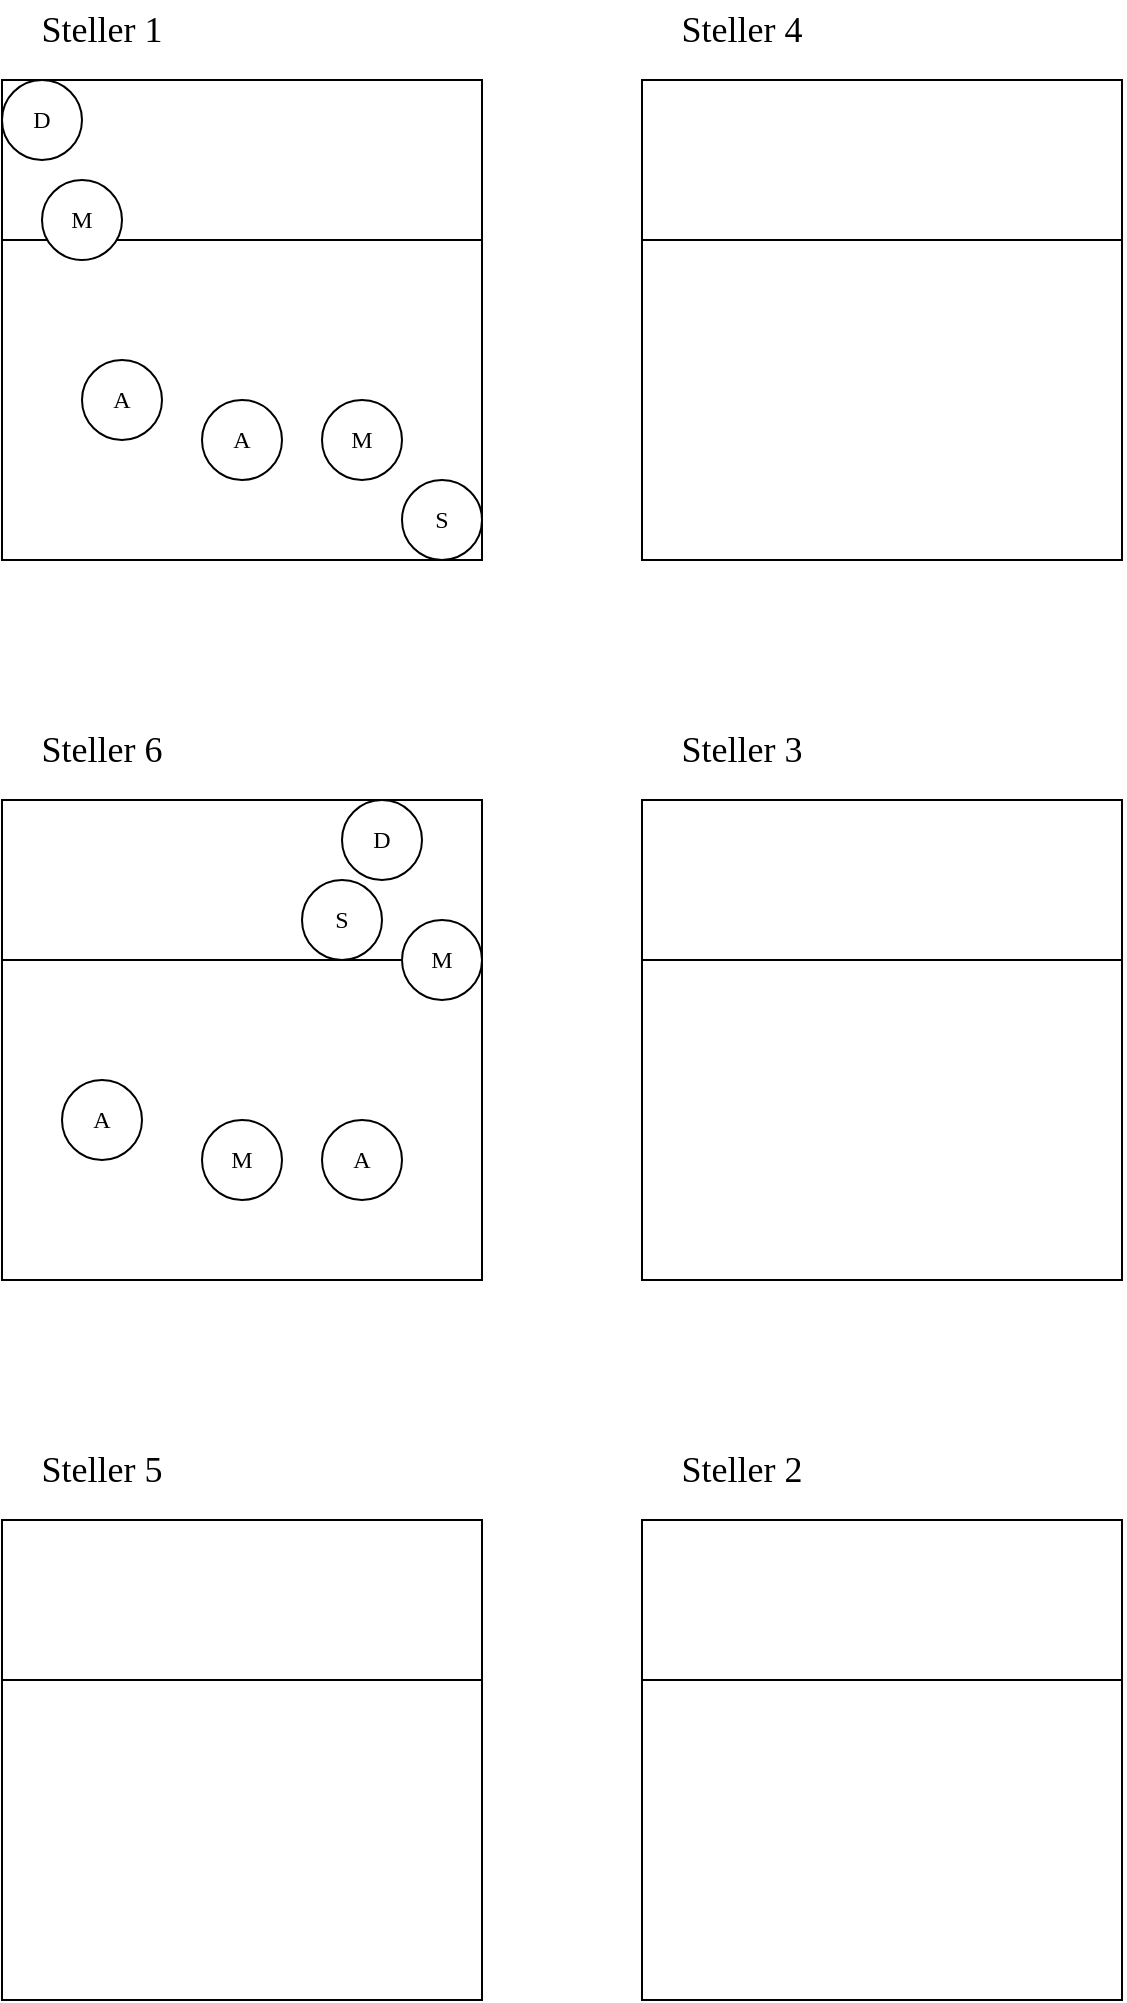
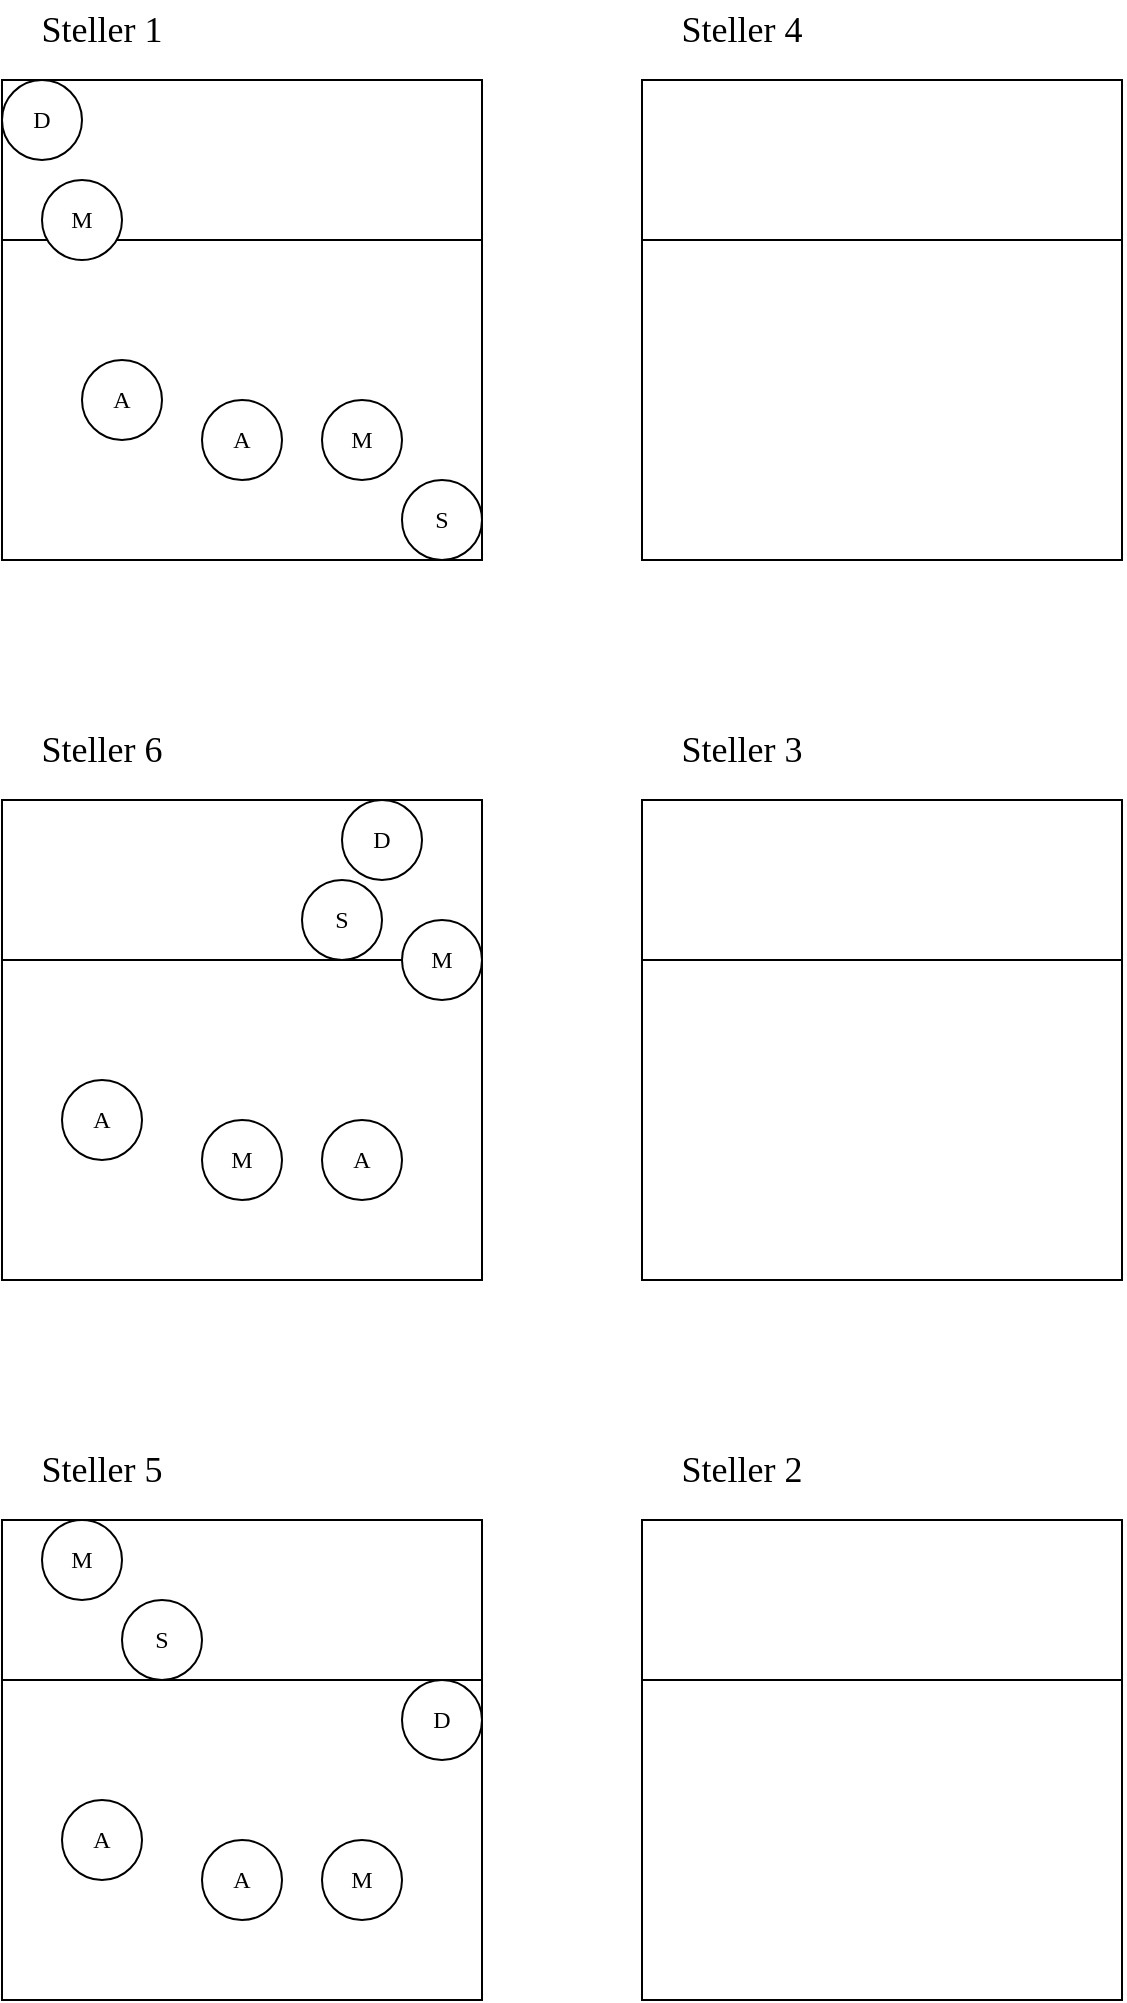
<mxfile host="app.diagrams.net">
  <diagram name="Page-1" id="OZOCQDVCYjE2PKczYgdL">
-     <mxGraphModel dx="1571" dy="854" grid="1" gridSize="10" guides="1" tooltips="1" connect="1" arrows="1" fold="1" page="1" pageScale="1" pageWidth="827" pageHeight="1169" math="0" shadow="0">
+     <mxGraphModel dx="1885" dy="1025" grid="1" gridSize="10" guides="1" tooltips="1" connect="1" arrows="1" fold="1" page="1" pageScale="1" pageWidth="827" pageHeight="1169" math="0" shadow="0">
      <root>
        <mxCell id="0" />
        <mxCell id="1" parent="0" />
        <mxCell id="zb2oqQAUZKD-O9AmmNM2-22" connectable="0" parent="1" style="group" value="" vertex="1">
          <mxGeometry height="280" width="240" x="120" y="80" as="geometry" />
        </mxCell>
        <mxCell id="zb2oqQAUZKD-O9AmmNM2-3" connectable="0" parent="zb2oqQAUZKD-O9AmmNM2-22" style="group" value="" vertex="1">
          <mxGeometry height="240" width="240" y="40" as="geometry" />
        </mxCell>
        <mxCell id="zb2oqQAUZKD-O9AmmNM2-1" parent="zb2oqQAUZKD-O9AmmNM2-3" style="rounded=0;whiteSpace=wrap;html=1;" value="" vertex="1">
          <mxGeometry height="240" width="240" as="geometry" />
        </mxCell>
        <mxCell id="zb2oqQAUZKD-O9AmmNM2-2" edge="1" parent="zb2oqQAUZKD-O9AmmNM2-3" style="endArrow=none;html=1;rounded=0;" value="">
          <mxGeometry height="50" relative="1" width="50" as="geometry">
            <mxPoint y="80" as="sourcePoint" />
            <mxPoint x="240" y="80" as="targetPoint" />
          </mxGeometry>
        </mxCell>
        <mxCell id="zb2oqQAUZKD-O9AmmNM2-33" parent="zb2oqQAUZKD-O9AmmNM2-3" style="ellipse;whiteSpace=wrap;html=1;aspect=fixed;" value="&lt;font face=&quot;Fira Code&quot;&gt;S&lt;/font&gt;" vertex="1">
          <mxGeometry height="40" width="40" x="200" y="200" as="geometry" />
        </mxCell>
        <mxCell id="zb2oqQAUZKD-O9AmmNM2-34" parent="zb2oqQAUZKD-O9AmmNM2-3" style="ellipse;whiteSpace=wrap;html=1;aspect=fixed;" value="&lt;font face=&quot;Fira Code&quot;&gt;D&lt;/font&gt;" vertex="1">
          <mxGeometry height="40" width="40" as="geometry" />
        </mxCell>
        <mxCell id="zb2oqQAUZKD-O9AmmNM2-38" parent="zb2oqQAUZKD-O9AmmNM2-3" style="ellipse;whiteSpace=wrap;html=1;aspect=fixed;" value="&lt;font face=&quot;Fira Code&quot;&gt;M&lt;/font&gt;" vertex="1">
          <mxGeometry height="40" width="40" x="20" y="50" as="geometry" />
        </mxCell>
        <mxCell id="zb2oqQAUZKD-O9AmmNM2-35" parent="zb2oqQAUZKD-O9AmmNM2-3" style="ellipse;whiteSpace=wrap;html=1;aspect=fixed;" value="&lt;font face=&quot;Fira Code&quot;&gt;A&lt;/font&gt;" vertex="1">
          <mxGeometry height="40" width="40" x="40" y="140" as="geometry" />
        </mxCell>
        <mxCell id="zb2oqQAUZKD-O9AmmNM2-40" parent="zb2oqQAUZKD-O9AmmNM2-3" style="ellipse;whiteSpace=wrap;html=1;aspect=fixed;" value="&lt;font face=&quot;Fira Code&quot;&gt;A&lt;/font&gt;" vertex="1">
          <mxGeometry height="40" width="40" x="100" y="160" as="geometry" />
        </mxCell>
        <mxCell id="zb2oqQAUZKD-O9AmmNM2-41" parent="zb2oqQAUZKD-O9AmmNM2-3" style="ellipse;whiteSpace=wrap;html=1;aspect=fixed;" value="&lt;font face=&quot;Fira Code&quot;&gt;M&lt;/font&gt;" vertex="1">
          <mxGeometry height="40" width="40" x="160" y="160" as="geometry" />
        </mxCell>
        <mxCell id="zb2oqQAUZKD-O9AmmNM2-21" parent="zb2oqQAUZKD-O9AmmNM2-22" style="text;html=1;whiteSpace=wrap;strokeColor=none;fillColor=none;align=center;verticalAlign=middle;rounded=0;" value="&lt;font face=&quot;Fira Code&quot; style=&quot;font-size: 18px;&quot;&gt;Steller 1&lt;/font&gt;" vertex="1">
          <mxGeometry height="30" width="100" as="geometry" />
        </mxCell>
        <mxCell id="zb2oqQAUZKD-O9AmmNM2-24" connectable="0" parent="1" style="group" value="" vertex="1">
          <mxGeometry height="280" width="240" x="120" y="440" as="geometry" />
        </mxCell>
        <mxCell id="zb2oqQAUZKD-O9AmmNM2-4" connectable="0" parent="zb2oqQAUZKD-O9AmmNM2-24" style="group" value="" vertex="1">
          <mxGeometry height="240" width="240" y="40" as="geometry" />
        </mxCell>
        <mxCell id="zb2oqQAUZKD-O9AmmNM2-5" parent="zb2oqQAUZKD-O9AmmNM2-4" style="rounded=0;whiteSpace=wrap;html=1;" value="" vertex="1">
          <mxGeometry height="240" width="240" as="geometry" />
        </mxCell>
        <mxCell id="zb2oqQAUZKD-O9AmmNM2-6" edge="1" parent="zb2oqQAUZKD-O9AmmNM2-4" style="endArrow=none;html=1;rounded=0;" value="">
          <mxGeometry height="50" relative="1" width="50" as="geometry">
            <mxPoint y="80" as="sourcePoint" />
            <mxPoint x="240" y="80" as="targetPoint" />
          </mxGeometry>
        </mxCell>
        <mxCell id="zb2oqQAUZKD-O9AmmNM2-42" parent="zb2oqQAUZKD-O9AmmNM2-4" style="ellipse;whiteSpace=wrap;html=1;aspect=fixed;" value="&lt;font face=&quot;Fira Code&quot;&gt;S&lt;/font&gt;" vertex="1">
          <mxGeometry height="40" width="40" x="150" y="40" as="geometry" />
        </mxCell>
        <mxCell id="zb2oqQAUZKD-O9AmmNM2-43" parent="zb2oqQAUZKD-O9AmmNM2-4" style="ellipse;whiteSpace=wrap;html=1;aspect=fixed;" value="&lt;font face=&quot;Fira Code&quot;&gt;A&lt;/font&gt;" vertex="1">
          <mxGeometry height="40" width="40" x="160" y="160" as="geometry" />
        </mxCell>
        <mxCell id="zb2oqQAUZKD-O9AmmNM2-44" parent="zb2oqQAUZKD-O9AmmNM2-4" style="ellipse;whiteSpace=wrap;html=1;aspect=fixed;" value="&lt;font face=&quot;Fira Code&quot;&gt;M&lt;/font&gt;" vertex="1">
          <mxGeometry height="40" width="40" x="100" y="160" as="geometry" />
        </mxCell>
        <mxCell id="zb2oqQAUZKD-O9AmmNM2-45" parent="zb2oqQAUZKD-O9AmmNM2-4" style="ellipse;whiteSpace=wrap;html=1;aspect=fixed;" value="&lt;font face=&quot;Fira Code&quot;&gt;A&lt;/font&gt;" vertex="1">
          <mxGeometry height="40" width="40" x="30" y="140" as="geometry" />
        </mxCell>
        <mxCell id="zb2oqQAUZKD-O9AmmNM2-46" parent="zb2oqQAUZKD-O9AmmNM2-4" style="ellipse;whiteSpace=wrap;html=1;aspect=fixed;" value="&lt;font face=&quot;Fira Code&quot;&gt;M&lt;/font&gt;" vertex="1">
          <mxGeometry height="40" width="40" x="200" y="60" as="geometry" />
        </mxCell>
        <mxCell id="zb2oqQAUZKD-O9AmmNM2-47" parent="zb2oqQAUZKD-O9AmmNM2-4" style="ellipse;whiteSpace=wrap;html=1;aspect=fixed;" value="&lt;font face=&quot;Fira Code&quot;&gt;D&lt;/font&gt;" vertex="1">
          <mxGeometry height="40" width="40" x="170" as="geometry" />
        </mxCell>
        <mxCell id="zb2oqQAUZKD-O9AmmNM2-23" parent="zb2oqQAUZKD-O9AmmNM2-24" style="text;html=1;whiteSpace=wrap;strokeColor=none;fillColor=none;align=center;verticalAlign=middle;rounded=0;" value="&lt;font face=&quot;Fira Code&quot; style=&quot;font-size: 18px;&quot;&gt;Steller 6&lt;/font&gt;" vertex="1">
          <mxGeometry height="30" width="100" as="geometry" />
        </mxCell>
        <mxCell id="zb2oqQAUZKD-O9AmmNM2-26" connectable="0" parent="1" style="group" value="" vertex="1">
          <mxGeometry height="280" width="240" x="120" y="800" as="geometry" />
        </mxCell>
        <mxCell id="zb2oqQAUZKD-O9AmmNM2-7" connectable="0" parent="zb2oqQAUZKD-O9AmmNM2-26" style="group" value="" vertex="1">
          <mxGeometry height="240" width="240" y="40" as="geometry" />
        </mxCell>
        <mxCell id="zb2oqQAUZKD-O9AmmNM2-8" parent="zb2oqQAUZKD-O9AmmNM2-7" style="rounded=0;whiteSpace=wrap;html=1;" value="" vertex="1">
          <mxGeometry height="240" width="240" as="geometry" />
        </mxCell>
        <mxCell id="zb2oqQAUZKD-O9AmmNM2-9" edge="1" parent="zb2oqQAUZKD-O9AmmNM2-7" style="endArrow=none;html=1;rounded=0;" value="">
          <mxGeometry height="50" relative="1" width="50" as="geometry">
            <mxPoint y="80" as="sourcePoint" />
            <mxPoint x="240" y="80" as="targetPoint" />
          </mxGeometry>
        </mxCell>
+         <mxCell id="AQSm3BmQBUWCDuCb71Ed-1" parent="zb2oqQAUZKD-O9AmmNM2-7" style="ellipse;whiteSpace=wrap;html=1;aspect=fixed;direction=south;" value="&lt;font face=&quot;Fira Code&quot;&gt;S&lt;/font&gt;" vertex="1">
+           <mxGeometry height="40" width="40" x="60" y="40" as="geometry" />
+         </mxCell>
+         <mxCell id="AQSm3BmQBUWCDuCb71Ed-2" parent="zb2oqQAUZKD-O9AmmNM2-7" style="ellipse;whiteSpace=wrap;html=1;aspect=fixed;" value="&lt;font face=&quot;Fira Code&quot;&gt;M&lt;/font&gt;" vertex="1">
+           <mxGeometry height="40" width="40" x="20" as="geometry" />
+         </mxCell>
+         <mxCell id="AQSm3BmQBUWCDuCb71Ed-3" parent="zb2oqQAUZKD-O9AmmNM2-7" style="ellipse;whiteSpace=wrap;html=1;aspect=fixed;" value="&lt;font face=&quot;Fira Code&quot;&gt;M&lt;/font&gt;" vertex="1">
+           <mxGeometry height="40" width="40" x="160" y="160" as="geometry" />
+         </mxCell>
+         <mxCell id="AQSm3BmQBUWCDuCb71Ed-4" parent="zb2oqQAUZKD-O9AmmNM2-7" style="ellipse;whiteSpace=wrap;html=1;aspect=fixed;" value="&lt;font face=&quot;Fira Code&quot;&gt;A&lt;/font&gt;" vertex="1">
+           <mxGeometry height="40" width="40" x="100" y="160" as="geometry" />
+         </mxCell>
+         <mxCell id="AQSm3BmQBUWCDuCb71Ed-5" parent="zb2oqQAUZKD-O9AmmNM2-7" style="ellipse;whiteSpace=wrap;html=1;aspect=fixed;" value="&lt;font face=&quot;Fira Code&quot;&gt;A&lt;/font&gt;" vertex="1">
+           <mxGeometry height="40" width="40" x="30" y="140" as="geometry" />
+         </mxCell>
+         <mxCell id="AQSm3BmQBUWCDuCb71Ed-6" parent="zb2oqQAUZKD-O9AmmNM2-7" style="ellipse;whiteSpace=wrap;html=1;aspect=fixed;" value="&lt;font face=&quot;Fira Code&quot;&gt;D&lt;/font&gt;" vertex="1">
+           <mxGeometry height="40" width="40" x="200" y="80" as="geometry" />
+         </mxCell>
        <mxCell id="zb2oqQAUZKD-O9AmmNM2-25" parent="zb2oqQAUZKD-O9AmmNM2-26" style="text;html=1;whiteSpace=wrap;strokeColor=none;fillColor=none;align=center;verticalAlign=middle;rounded=0;" value="&lt;font face=&quot;Fira Code&quot; style=&quot;font-size: 18px;&quot;&gt;Steller 5&lt;/font&gt;" vertex="1">
          <mxGeometry height="30" width="100" as="geometry" />
        </mxCell>
        <mxCell id="zb2oqQAUZKD-O9AmmNM2-28" connectable="0" parent="1" style="group" value="" vertex="1">
          <mxGeometry height="280" width="240" x="440" y="80" as="geometry" />
        </mxCell>
        <mxCell id="zb2oqQAUZKD-O9AmmNM2-10" connectable="0" parent="zb2oqQAUZKD-O9AmmNM2-28" style="group" value="" vertex="1">
          <mxGeometry height="240" width="240" y="40" as="geometry" />
        </mxCell>
        <mxCell id="zb2oqQAUZKD-O9AmmNM2-11" parent="zb2oqQAUZKD-O9AmmNM2-10" style="rounded=0;whiteSpace=wrap;html=1;" value="" vertex="1">
          <mxGeometry height="240" width="240" as="geometry" />
        </mxCell>
        <mxCell id="zb2oqQAUZKD-O9AmmNM2-12" edge="1" parent="zb2oqQAUZKD-O9AmmNM2-10" style="endArrow=none;html=1;rounded=0;" value="">
          <mxGeometry height="50" relative="1" width="50" as="geometry">
            <mxPoint y="80" as="sourcePoint" />
            <mxPoint x="240" y="80" as="targetPoint" />
          </mxGeometry>
        </mxCell>
        <mxCell id="zb2oqQAUZKD-O9AmmNM2-27" parent="zb2oqQAUZKD-O9AmmNM2-28" style="text;html=1;whiteSpace=wrap;strokeColor=none;fillColor=none;align=center;verticalAlign=middle;rounded=0;" value="&lt;font face=&quot;Fira Code&quot; style=&quot;font-size: 18px;&quot;&gt;Steller 4&lt;/font&gt;" vertex="1">
          <mxGeometry height="30" width="100" as="geometry" />
        </mxCell>
        <mxCell id="zb2oqQAUZKD-O9AmmNM2-30" connectable="0" parent="1" style="group" value="" vertex="1">
          <mxGeometry height="280" width="240" x="440" y="440" as="geometry" />
        </mxCell>
        <mxCell id="zb2oqQAUZKD-O9AmmNM2-13" connectable="0" parent="zb2oqQAUZKD-O9AmmNM2-30" style="group" value="" vertex="1">
          <mxGeometry height="240" width="240" y="40" as="geometry" />
        </mxCell>
        <mxCell id="zb2oqQAUZKD-O9AmmNM2-14" parent="zb2oqQAUZKD-O9AmmNM2-13" style="rounded=0;whiteSpace=wrap;html=1;" value="" vertex="1">
          <mxGeometry height="240" width="240" as="geometry" />
        </mxCell>
        <mxCell id="zb2oqQAUZKD-O9AmmNM2-15" edge="1" parent="zb2oqQAUZKD-O9AmmNM2-13" style="endArrow=none;html=1;rounded=0;" value="">
          <mxGeometry height="50" relative="1" width="50" as="geometry">
            <mxPoint y="80" as="sourcePoint" />
            <mxPoint x="240" y="80" as="targetPoint" />
          </mxGeometry>
        </mxCell>
        <mxCell id="zb2oqQAUZKD-O9AmmNM2-29" parent="zb2oqQAUZKD-O9AmmNM2-30" style="text;html=1;whiteSpace=wrap;strokeColor=none;fillColor=none;align=center;verticalAlign=middle;rounded=0;" value="&lt;font face=&quot;Fira Code&quot; style=&quot;font-size: 18px;&quot;&gt;Steller 3&lt;/font&gt;" vertex="1">
          <mxGeometry height="30" width="100" as="geometry" />
        </mxCell>
        <mxCell id="zb2oqQAUZKD-O9AmmNM2-32" connectable="0" parent="1" style="group" value="" vertex="1">
          <mxGeometry height="280" width="240" x="440" y="800" as="geometry" />
        </mxCell>
        <mxCell id="zb2oqQAUZKD-O9AmmNM2-16" connectable="0" parent="zb2oqQAUZKD-O9AmmNM2-32" style="group" value="" vertex="1">
          <mxGeometry height="240" width="240" y="40" as="geometry" />
        </mxCell>
        <mxCell id="zb2oqQAUZKD-O9AmmNM2-17" parent="zb2oqQAUZKD-O9AmmNM2-16" style="rounded=0;whiteSpace=wrap;html=1;" value="" vertex="1">
          <mxGeometry height="240" width="240" as="geometry" />
        </mxCell>
        <mxCell id="zb2oqQAUZKD-O9AmmNM2-18" edge="1" parent="zb2oqQAUZKD-O9AmmNM2-16" style="endArrow=none;html=1;rounded=0;" value="">
          <mxGeometry height="50" relative="1" width="50" as="geometry">
            <mxPoint y="80" as="sourcePoint" />
            <mxPoint x="240" y="80" as="targetPoint" />
          </mxGeometry>
        </mxCell>
        <mxCell id="zb2oqQAUZKD-O9AmmNM2-31" parent="zb2oqQAUZKD-O9AmmNM2-32" style="text;html=1;whiteSpace=wrap;strokeColor=none;fillColor=none;align=center;verticalAlign=middle;rounded=0;" value="&lt;font face=&quot;Fira Code&quot; style=&quot;font-size: 18px;&quot;&gt;Steller 2&lt;/font&gt;" vertex="1">
          <mxGeometry height="30" width="100" as="geometry" />
        </mxCell>
      </root>
    </mxGraphModel>
  </diagram>
</mxfile>
